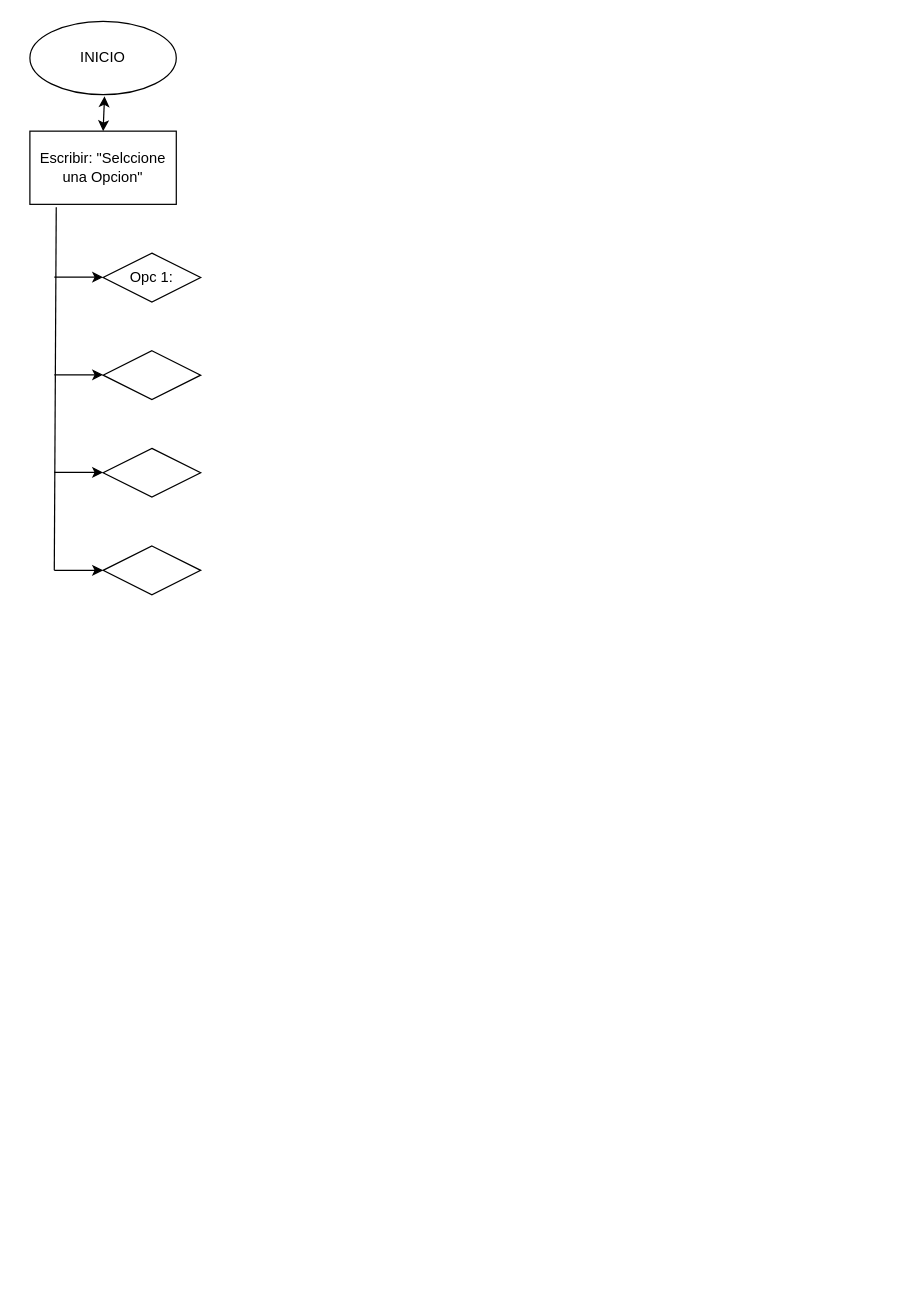
Earlier version of the draw.io diagram 1.drawio (SantiagoAndradeUDLA/S8TALLERMAIN_MAIN). Source tidied: cells renumbered, new cells numbered last; positions are measured from the earlier drawing's top-left corner, leaving out a move shared by most shapes. Both pictures are drawn from the tidied source at 122%, with x=0, y=0 at pixel (29, 21).
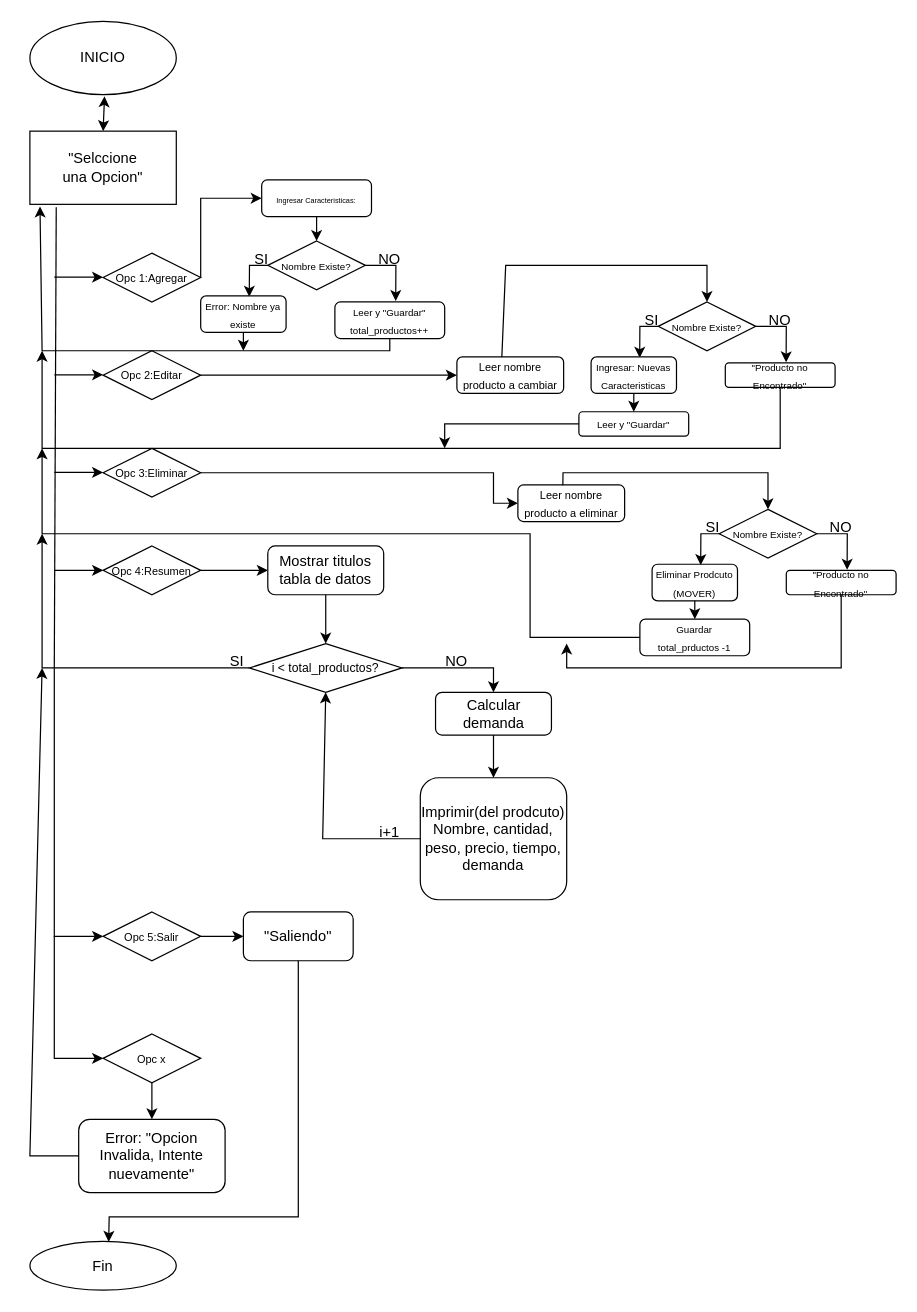
Above is the later version.

Change to the diagram source:
```diff
@@
-    <mxCell id="4" value="Escribir: &quot;Selccione&lt;div&gt;una Opcion&quot;&lt;/div&gt;" style="rounded=0;whiteSpace=wrap;html=1;" parent="1" vertex="1">
+    <mxCell id="4" value="&quot;Selccione&lt;div&gt;una Opcion&quot;&lt;/div&gt;" style="rounded=0;whiteSpace=wrap;html=1;" parent="1" vertex="1">
       <mxGeometry y="90" width="120" height="60" as="geometry" />
     </mxCell>
-    <mxCell id="5" value="Opc 1:" style="rhombus;whiteSpace=wrap;html=1;" parent="1" vertex="1">
+    <mxCell id="5" value="&lt;font style=&quot;font-size: 9px;&quot;&gt;Opc 1:Agregar&lt;/font&gt;" style="rhombus;whiteSpace=wrap;html=1;" parent="1" vertex="1">
       <mxGeometry x="60" y="190" width="80" height="40" as="geometry" />
     </mxCell>
-    <mxCell id="6" style="rhombus;whiteSpace=wrap;html=1;" parent="1" vertex="1">
+    <mxCell id="6" value="&lt;span style=&quot;font-size: 9px;&quot;&gt;Opc 2:Editar&lt;/span&gt;" style="rhombus;whiteSpace=wrap;html=1;" parent="1" vertex="1">
       <mxGeometry x="60" y="270" width="80" height="40" as="geometry" />
     </mxCell>
-    <mxCell id="7" style="rhombus;whiteSpace=wrap;html=1;" parent="1" vertex="1">
+    <mxCell id="7" value="&lt;span style=&quot;font-size: 9px;&quot;&gt;Opc 3:Eliminar&lt;/span&gt;" style="rhombus;whiteSpace=wrap;html=1;" parent="1" vertex="1">
       <mxGeometry x="60" y="350" width="80" height="40" as="geometry" />
     </mxCell>
-    <mxCell id="8" style="rhombus;whiteSpace=wrap;html=1;" parent="1" vertex="1">
+    <mxCell id="8" value="&lt;span style=&quot;font-size: 9px;&quot;&gt;Opc 4:Resumen&lt;/span&gt;" style="rhombus;whiteSpace=wrap;html=1;" parent="1" vertex="1">
       <mxGeometry x="60" y="430" width="80" height="40" as="geometry" />
     </mxCell>
     <mxCell id="9" style="endArrow=none;html=1;rounded=0;entryX=0.18;entryY=1.038;entryDx=0;entryDy=0;entryPerimeter=0;" parent="1" edge="1" target="4">
       <mxGeometry relative="1" as="geometry">
-        <mxPoint x="20" y="450" as="sourcePoint" />
+        <mxPoint x="20" y="530" as="sourcePoint" />
       </mxGeometry>
     </mxCell>
@@
+    <mxCell id="14" value="Fin" style="ellipse;fillColor=#FFFFFF;strokeColor=black;" parent="1" vertex="1">
+      <mxGeometry y="1000" width="120" height="40" as="geometry" />
+    </mxCell>
+    <mxCell id="15" value="&lt;span style=&quot;font-size: 9px;&quot;&gt;Opc 5:Salir&lt;/span&gt;" style="rhombus;whiteSpace=wrap;html=1;" parent="1" vertex="1">
+      <mxGeometry x="60" y="730" width="80" height="40" as="geometry" />
+    </mxCell>
+    <mxCell id="16" style="endArrow=classic;html=1;rounded=0;entryX=0;entryY=0.5;entryDx=0;entryDy=0;" parent="1" edge="1" target="15">
+      <mxGeometry relative="1" as="geometry">
+        <mxPoint x="20" y="529.8" as="sourcePoint" />
+        <Array as="points">
+          <mxPoint x="20" y="690" />
+          <mxPoint x="20" y="750" />
+        </Array>
+      </mxGeometry>
+    </mxCell>
+    <mxCell id="17" value="&lt;span style=&quot;font-size: 6px;&quot;&gt;Ingresar Caracteristicas:&lt;/span&gt;" style="rounded=1;whiteSpace=wrap;html=1;" parent="1" vertex="1">
+      <mxGeometry x="190" y="130" width="90" height="30" as="geometry" />
+    </mxCell>
+    <mxCell id="18" style="endArrow=classic;html=1;rounded=0;exitX=1;exitY=0.5;exitDx=0;exitDy=0;entryX=0;entryY=0.5;entryDx=0;entryDy=0;" parent="1" edge="1" source="5" target="17">
+      <mxGeometry relative="1" as="geometry">
+        <Array as="points">
+          <mxPoint x="140" y="145" />
+        </Array>
+      </mxGeometry>
+    </mxCell>
+    <mxCell id="19" value="&lt;font style=&quot;font-size: 8px;&quot;&gt;Leer y &quot;Guardar&quot;&lt;/font&gt;&lt;div&gt;&lt;font style=&quot;font-size: 8px;&quot;&gt;total_productos++&lt;/font&gt;&lt;/div&gt;" style="rounded=1;whiteSpace=wrap;html=1;" parent="1" vertex="1">
+      <mxGeometry x="250" y="230" width="90" height="30" as="geometry" />
+    </mxCell>
+    <mxCell id="20" style="endArrow=classic;html=1;rounded=0;exitX=0.5;exitY=1;exitDx=0;exitDy=0;entryX=0.5;entryY=0;entryDx=0;entryDy=0;" parent="1" edge="1" source="17" target="21">
+      <mxGeometry relative="1" as="geometry" />
+    </mxCell>
+    <mxCell id="21" value="&lt;font style=&quot;font-size: 8px;&quot;&gt;Nombre Existe?&lt;/font&gt;" style="rhombus;whiteSpace=wrap;html=1;" parent="1" vertex="1">
+      <mxGeometry x="195" y="180" width="80" height="40" as="geometry" />
+    </mxCell>
+    <mxCell id="22" style="endArrow=classic;html=1;rounded=0;exitX=1;exitY=0.5;exitDx=0;exitDy=0;entryX=0.554;entryY=-0.024;entryDx=0;entryDy=0;entryPerimeter=0;" parent="1" edge="1" source="21" target="19">
+      <mxGeometry relative="1" as="geometry">
+        <Array as="points">
+          <mxPoint x="300" y="200" />
+        </Array>
+      </mxGeometry>
+    </mxCell>
+    <mxCell id="23" value="NO" style="text;html=1;align=center;verticalAlign=middle;whiteSpace=wrap;rounded=0;" parent="1" vertex="1">
+      <mxGeometry x="265" y="180" width="60" height="30" as="geometry" />
+    </mxCell>
+    <mxCell id="24" style="endArrow=classic;html=1;rounded=0;exitX=0;exitY=0.5;exitDx=0;exitDy=0;entryX=0.569;entryY=0.024;entryDx=0;entryDy=0;entryPerimeter=0;" parent="1" edge="1" source="21" target="25">
+      <mxGeometry relative="1" as="geometry">
+        <Array as="points">
+          <mxPoint x="180" y="200" />
+        </Array>
+      </mxGeometry>
+    </mxCell>
+    <mxCell id="25" value="&lt;font style=&quot;font-size: 8px;&quot;&gt;Error: Nombre ya existe&lt;/font&gt;" style="rounded=1;whiteSpace=wrap;html=1;" parent="1" vertex="1">
+      <mxGeometry x="140" y="225" width="70" height="30" as="geometry" />
+    </mxCell>
+    <mxCell id="26" value="SI" style="text;html=1;align=center;verticalAlign=middle;whiteSpace=wrap;rounded=0;" parent="1" vertex="1">
+      <mxGeometry x="160" y="180" width="60" height="30" as="geometry" />
+    </mxCell>
+    <mxCell id="27" value="&lt;font style=&quot;font-size: 9px;&quot;&gt;Leer nombre producto a cambiar&lt;/font&gt;" style="rounded=1;whiteSpace=wrap;html=1;" parent="1" vertex="1">
+      <mxGeometry x="350" y="275" width="87.5" height="30" as="geometry" />
+    </mxCell>
+    <mxCell id="28" style="endArrow=classic;html=1;rounded=0;exitX=1;exitY=0.5;exitDx=0;exitDy=0;entryX=0;entryY=0.5;entryDx=0;entryDy=0;" parent="1" edge="1" source="6" target="27">
+      <mxGeometry relative="1" as="geometry" />
+    </mxCell>
+    <mxCell id="29" style="endArrow=classic;html=1;rounded=0;exitX=0.5;exitY=1;exitDx=0;exitDy=0;entryX=0.069;entryY=1.029;entryDx=0;entryDy=0;entryPerimeter=0;" parent="1" edge="1" source="19" target="4">
+      <mxGeometry relative="1" as="geometry">
+        <Array as="points">
+          <mxPoint x="295" y="270" />
+          <mxPoint x="10" y="270" />
+        </Array>
+      </mxGeometry>
+    </mxCell>
+    <mxCell id="30" value="&lt;span style=&quot;font-size: 8px;&quot;&gt;&quot;Producto no Encontrado&quot;&lt;/span&gt;" style="rounded=1;whiteSpace=wrap;html=1;" parent="1" vertex="1">
+      <mxGeometry x="570" y="280" width="90" height="20" as="geometry" />
+    </mxCell>
+    <mxCell id="31" value="&lt;font style=&quot;font-size: 8px;&quot;&gt;Nombre Existe?&lt;/font&gt;" style="rhombus;whiteSpace=wrap;html=1;" parent="1" vertex="1">
+      <mxGeometry x="515" y="230" width="80" height="40" as="geometry" />
+    </mxCell>
+    <mxCell id="32" style="endArrow=classic;html=1;rounded=0;exitX=1;exitY=0.5;exitDx=0;exitDy=0;entryX=0.554;entryY=-0.024;entryDx=0;entryDy=0;entryPerimeter=0;" parent="1" edge="1" source="31" target="30">
+      <mxGeometry relative="1" as="geometry">
+        <Array as="points">
+          <mxPoint x="620" y="250" />
+        </Array>
+      </mxGeometry>
+    </mxCell>
+    <mxCell id="33" value="NO" style="text;html=1;align=center;verticalAlign=middle;whiteSpace=wrap;rounded=0;" parent="1" vertex="1">
+      <mxGeometry x="585" y="230" width="60" height="30" as="geometry" />
+    </mxCell>
+    <mxCell id="34" style="endArrow=classic;html=1;rounded=0;exitX=0;exitY=0.5;exitDx=0;exitDy=0;entryX=0.569;entryY=0.024;entryDx=0;entryDy=0;entryPerimeter=0;" parent="1" edge="1" source="31" target="35">
+      <mxGeometry relative="1" as="geometry">
+        <Array as="points">
+          <mxPoint x="500" y="250" />
+        </Array>
+      </mxGeometry>
+    </mxCell>
+    <mxCell id="35" value="&lt;span style=&quot;font-size: 8px;&quot;&gt;Ingresar: Nuevas&lt;/span&gt;&lt;div&gt;&lt;span style=&quot;font-size: 8px;&quot;&gt;Caracteristicas&lt;/span&gt;&lt;/div&gt;" style="rounded=1;whiteSpace=wrap;html=1;" parent="1" vertex="1">
+      <mxGeometry x="460" y="275" width="70" height="30" as="geometry" />
+    </mxCell>
+    <mxCell id="36" value="SI" style="text;html=1;align=center;verticalAlign=middle;whiteSpace=wrap;rounded=0;" parent="1" vertex="1">
+      <mxGeometry x="480" y="230" width="60" height="30" as="geometry" />
+    </mxCell>
+    <mxCell id="37" style="endArrow=classic;html=1;rounded=0;exitX=0.421;exitY=0.007;exitDx=0;exitDy=0;exitPerimeter=0;entryX=0.5;entryY=0;entryDx=0;entryDy=0;" parent="1" edge="1" source="27" target="31">
+      <mxGeometry relative="1" as="geometry">
+        <Array as="points">
+          <mxPoint x="390" y="200" />
+          <mxPoint x="555" y="200" />
+        </Array>
+      </mxGeometry>
+    </mxCell>
+    <mxCell id="38" value="&lt;font style=&quot;font-size: 8px;&quot;&gt;Leer y &quot;Guardar&quot;&lt;/font&gt;" style="rounded=1;whiteSpace=wrap;html=1;" parent="1" vertex="1">
+      <mxGeometry x="450" y="320" width="90" height="20" as="geometry" />
+    </mxCell>
+    <mxCell id="39" style="endArrow=classic;html=1;rounded=0;exitX=0.5;exitY=1;exitDx=0;exitDy=0;" parent="1" edge="1" source="35" target="38">
+      <mxGeometry relative="1" as="geometry" />
+    </mxCell>
+    <mxCell id="40" style="endArrow=classic;html=1;rounded=0;exitX=0.5;exitY=1;exitDx=0;exitDy=0;" parent="1" edge="1" source="30">
+      <mxGeometry relative="1" as="geometry">
+        <mxPoint x="10" y="270" as="targetPoint" />
+        <Array as="points">
+          <mxPoint x="615" y="350" />
+          <mxPoint x="10" y="350" />
+        </Array>
+      </mxGeometry>
+    </mxCell>
+    <mxCell id="41" style="endArrow=classic;html=1;rounded=0;exitX=0.5;exitY=1;exitDx=0;exitDy=0;" parent="1" edge="1" source="25">
+      <mxGeometry relative="1" as="geometry">
+        <mxPoint x="175" y="270" as="targetPoint" />
+      </mxGeometry>
+    </mxCell>
+    <mxCell id="42" style="endArrow=classic;html=1;rounded=0;exitX=0;exitY=0.5;exitDx=0;exitDy=0;" parent="1" edge="1" source="38">
+      <mxGeometry relative="1" as="geometry">
+        <mxPoint x="340" y="350" as="targetPoint" />
+        <Array as="points">
+          <mxPoint x="340" y="330" />
+        </Array>
+      </mxGeometry>
+    </mxCell>
+    <mxCell id="43" value="&lt;font style=&quot;font-size: 9px;&quot;&gt;Leer nombre producto a eliminar&lt;/font&gt;" style="rounded=1;whiteSpace=wrap;html=1;" parent="1" vertex="1">
+      <mxGeometry x="400" y="380" width="87.5" height="30" as="geometry" />
+    </mxCell>
+    <mxCell id="44" value="&lt;span style=&quot;font-size: 8px;&quot;&gt;&quot;Producto no Encontrado&quot;&lt;/span&gt;" style="rounded=1;whiteSpace=wrap;html=1;" parent="1" vertex="1">
+      <mxGeometry x="620" y="450" width="90" height="20" as="geometry" />
+    </mxCell>
+    <mxCell id="45" value="&lt;font style=&quot;font-size: 8px;&quot;&gt;Nombre Existe?&lt;/font&gt;" style="rhombus;whiteSpace=wrap;html=1;" parent="1" vertex="1">
+      <mxGeometry x="565" y="400" width="80" height="40" as="geometry" />
+    </mxCell>
+    <mxCell id="46" style="endArrow=classic;html=1;rounded=0;exitX=1;exitY=0.5;exitDx=0;exitDy=0;entryX=0.554;entryY=-0.024;entryDx=0;entryDy=0;entryPerimeter=0;" parent="1" edge="1" source="45" target="44">
+      <mxGeometry relative="1" as="geometry">
+        <Array as="points">
+          <mxPoint x="670" y="420" />
+        </Array>
+      </mxGeometry>
+    </mxCell>
+    <mxCell id="47" value="NO" style="text;html=1;align=center;verticalAlign=middle;whiteSpace=wrap;rounded=0;" parent="1" vertex="1">
+      <mxGeometry x="635" y="400" width="60" height="30" as="geometry" />
+    </mxCell>
+    <mxCell id="48" style="endArrow=classic;html=1;rounded=0;exitX=0;exitY=0.5;exitDx=0;exitDy=0;entryX=0.569;entryY=0.024;entryDx=0;entryDy=0;entryPerimeter=0;" parent="1" edge="1" source="45" target="49">
+      <mxGeometry relative="1" as="geometry">
+        <Array as="points">
+          <mxPoint x="550" y="420" />
+        </Array>
+      </mxGeometry>
+    </mxCell>
+    <mxCell id="49" value="&lt;span style=&quot;font-size: 8px;&quot;&gt;Eliminar Prodcuto&lt;/span&gt;&lt;div&gt;&lt;span style=&quot;font-size: 8px;&quot;&gt;(MOVER)&lt;/span&gt;&lt;/div&gt;" style="rounded=1;whiteSpace=wrap;html=1;" parent="1" vertex="1">
+      <mxGeometry x="510" y="445" width="70" height="30" as="geometry" />
+    </mxCell>
+    <mxCell id="50" value="SI" style="text;html=1;align=center;verticalAlign=middle;whiteSpace=wrap;rounded=0;" parent="1" vertex="1">
+      <mxGeometry x="530" y="400" width="60" height="30" as="geometry" />
+    </mxCell>
+    <mxCell id="51" style="endArrow=classic;html=1;rounded=0;exitX=0.421;exitY=0.007;exitDx=0;exitDy=0;exitPerimeter=0;entryX=0.5;entryY=0;entryDx=0;entryDy=0;" parent="1" edge="1" source="43" target="45">
+      <mxGeometry relative="1" as="geometry">
+        <Array as="points">
+          <mxPoint x="437" y="370" />
+          <mxPoint x="605" y="370" />
+        </Array>
+      </mxGeometry>
+    </mxCell>
+    <mxCell id="52" value="&lt;font style=&quot;font-size: 8px;&quot;&gt;Guardar&lt;/font&gt;&lt;div&gt;&lt;font style=&quot;font-size: 8px;&quot;&gt;total_prductos -1&lt;/font&gt;&lt;/div&gt;" style="rounded=1;whiteSpace=wrap;html=1;" parent="1" vertex="1">
+      <mxGeometry x="500" y="490" width="90" height="30" as="geometry" />
+    </mxCell>
+    <mxCell id="53" style="endArrow=classic;html=1;rounded=0;exitX=0.5;exitY=1;exitDx=0;exitDy=0;" parent="1" edge="1" source="49" target="52">
+      <mxGeometry relative="1" as="geometry" />
+    </mxCell>
+    <mxCell id="54" style="endArrow=classic;html=1;rounded=0;exitX=0;exitY=0.5;exitDx=0;exitDy=0;" parent="1" edge="1" source="52">
+      <mxGeometry relative="1" as="geometry">
+        <mxPoint x="10" y="350" as="targetPoint" />
+        <Array as="points">
+          <mxPoint x="410" y="505" />
+          <mxPoint x="410" y="420" />
+          <mxPoint x="10" y="420" />
+        </Array>
+      </mxGeometry>
+    </mxCell>
+    <mxCell id="55" style="endArrow=classic;html=1;rounded=0;exitX=1;exitY=0.5;exitDx=0;exitDy=0;entryX=0;entryY=0.5;entryDx=0;entryDy=0;" parent="1" edge="1" source="7" target="43">
+      <mxGeometry relative="1" as="geometry">
+        <Array as="points">
+          <mxPoint x="380" y="370" />
+          <mxPoint x="380" y="395" />
+        </Array>
+      </mxGeometry>
+    </mxCell>
+    <mxCell id="56" style="endArrow=classic;html=1;rounded=0;exitX=0.5;exitY=1;exitDx=0;exitDy=0;" parent="1" edge="1" source="44">
+      <mxGeometry relative="1" as="geometry">
+        <mxPoint x="440" y="510" as="targetPoint" />
+        <Array as="points">
+          <mxPoint x="665" y="530" />
+          <mxPoint x="440" y="530" />
+          <mxPoint x="440" y="520" />
+        </Array>
+      </mxGeometry>
+    </mxCell>
+    <mxCell id="57" value="Mostrar titulos tabla de datos" style="rounded=1;whiteSpace=wrap;html=1;" parent="1" vertex="1">
+      <mxGeometry x="195" y="430" width="95" height="40" as="geometry" />
+    </mxCell>
+    <mxCell id="58" style="endArrow=classic;html=1;rounded=0;exitX=1;exitY=0.5;exitDx=0;exitDy=0;entryX=0;entryY=0.5;entryDx=0;entryDy=0;" parent="1" edge="1" source="8" target="57">
+      <mxGeometry relative="1" as="geometry" />
+    </mxCell>
+    <mxCell id="59" value="Imprimir(del prodcuto)&lt;div&gt;Nombre, cantidad, peso, precio, tiempo, demanda&lt;/div&gt;" style="rounded=1;whiteSpace=wrap;html=1;" parent="1" vertex="1">
+      <mxGeometry x="320" y="620" width="120" height="100" as="geometry" />
+    </mxCell>
+    <mxCell id="60" value="&lt;font style=&quot;font-size: 10px;&quot;&gt;i &amp;lt; total_productos?&lt;/font&gt;" style="rhombus;whiteSpace=wrap;html=1;" parent="1" vertex="1">
+      <mxGeometry x="180" y="510" width="125" height="40" as="geometry" />
+    </mxCell>
+    <mxCell id="61" style="endArrow=classic;html=1;rounded=0;exitX=0.5;exitY=1;exitDx=0;exitDy=0;entryX=0.5;entryY=0;entryDx=0;entryDy=0;" parent="1" edge="1" source="57" target="60">
+      <mxGeometry relative="1" as="geometry" />
+    </mxCell>
+    <mxCell id="62" value="NO" style="text;html=1;align=center;verticalAlign=middle;whiteSpace=wrap;rounded=0;" parent="1" vertex="1">
+      <mxGeometry x="320" y="510" width="60" height="30" as="geometry" />
+    </mxCell>
+    <mxCell id="63" value="Calcular demanda" style="rounded=1;whiteSpace=wrap;html=1;" parent="1" vertex="1">
+      <mxGeometry x="332.5" y="550" width="95" height="35" as="geometry" />
+    </mxCell>
+    <mxCell id="64" style="endArrow=classic;html=1;rounded=0;exitX=1;exitY=0.5;exitDx=0;exitDy=0;entryX=0.5;entryY=0;entryDx=0;entryDy=0;" parent="1" edge="1" source="60" target="63">
+      <mxGeometry relative="1" as="geometry">
+        <Array as="points">
+          <mxPoint x="355" y="530" />
+          <mxPoint x="380" y="530" />
+        </Array>
+      </mxGeometry>
+    </mxCell>
+    <mxCell id="65" style="endArrow=classic;html=1;rounded=0;exitX=0.5;exitY=1;exitDx=0;exitDy=0;entryX=0.5;entryY=0;entryDx=0;entryDy=0;" parent="1" edge="1" source="63" target="59">
+      <mxGeometry relative="1" as="geometry" />
+    </mxCell>
+    <mxCell id="66" style="endArrow=classic;html=1;rounded=0;exitX=0;exitY=0.5;exitDx=0;exitDy=0;entryX=0.5;entryY=1;entryDx=0;entryDy=0;" parent="1" edge="1" source="59" target="60">
+      <mxGeometry relative="1" as="geometry">
+        <Array as="points">
+          <mxPoint x="240" y="670" />
+        </Array>
+      </mxGeometry>
+    </mxCell>
+    <mxCell id="67" value="i+1" style="text;html=1;align=center;verticalAlign=middle;whiteSpace=wrap;rounded=0;" parent="1" vertex="1">
+      <mxGeometry x="265" y="650" width="60" height="30" as="geometry" />
+    </mxCell>
+    <mxCell id="68" style="endArrow=classic;html=1;rounded=0;exitX=0;exitY=0.5;exitDx=0;exitDy=0;" parent="1" edge="1" source="60">
+      <mxGeometry relative="1" as="geometry">
+        <mxPoint x="10" y="420" as="targetPoint" />
+        <Array as="points">
+          <mxPoint x="10" y="530" />
+        </Array>
+      </mxGeometry>
+    </mxCell>
+    <mxCell id="69" value="SI" style="text;html=1;align=center;verticalAlign=middle;whiteSpace=wrap;rounded=0;" parent="1" vertex="1">
+      <mxGeometry x="140" y="510" width="60" height="30" as="geometry" />
+    </mxCell>
+    <mxCell id="70" value="&quot;Saliendo&quot;" style="rounded=1;whiteSpace=wrap;html=1;" parent="1" vertex="1">
+      <mxGeometry x="175" y="730" width="90" height="40" as="geometry" />
+    </mxCell>
+    <mxCell id="71" style="endArrow=classic;html=1;rounded=0;exitX=1;exitY=0.5;exitDx=0;exitDy=0;entryX=0;entryY=0.5;entryDx=0;entryDy=0;" parent="1" edge="1" source="15" target="70">
+      <mxGeometry relative="1" as="geometry" />
+    </mxCell>
+    <mxCell id="72" value="&lt;span style=&quot;font-size: 9px;&quot;&gt;Opc x&lt;/span&gt;" style="rhombus;whiteSpace=wrap;html=1;" parent="1" vertex="1">
+      <mxGeometry x="60" y="830" width="80" height="40" as="geometry" />
+    </mxCell>
+    <mxCell id="73" style="endArrow=classic;html=1;rounded=0;entryX=0;entryY=0.5;entryDx=0;entryDy=0;" parent="1" edge="1" target="72">
+      <mxGeometry relative="1" as="geometry">
+        <mxPoint x="20" y="750" as="sourcePoint" />
+        <Array as="points">
+          <mxPoint x="20" y="850" />
+        </Array>
+      </mxGeometry>
+    </mxCell>
+    <mxCell id="74" style="endArrow=classic;html=1;rounded=0;exitX=0.5;exitY=1;exitDx=0;exitDy=0;entryX=0.538;entryY=0.012;entryDx=0;entryDy=0;entryPerimeter=0;" parent="1" edge="1" source="70" target="14">
+      <mxGeometry relative="1" as="geometry">
+        <Array as="points">
+          <mxPoint x="220" y="980" />
+          <mxPoint x="65" y="980" />
+        </Array>
+      </mxGeometry>
+    </mxCell>
+    <mxCell id="75" value="Error: &quot;Opcion Invalida, Intente nuevamente&quot;" style="rounded=1;whiteSpace=wrap;html=1;" parent="1" vertex="1">
+      <mxGeometry x="40" y="900" width="120" height="60" as="geometry" />
+    </mxCell>
+    <mxCell id="76" style="endArrow=classic;html=1;rounded=0;exitX=0.5;exitY=1;exitDx=0;exitDy=0;entryX=0.5;entryY=0;entryDx=0;entryDy=0;" parent="1" edge="1" source="72" target="75">
+      <mxGeometry relative="1" as="geometry" />
+    </mxCell>
+    <mxCell id="77" style="endArrow=classic;html=1;rounded=0;exitX=0;exitY=0.5;exitDx=0;exitDy=0;" parent="1" edge="1" source="75">
+      <mxGeometry relative="1" as="geometry">
+        <mxPoint x="10" y="530" as="targetPoint" />
+        <Array as="points">
+          <mxPoint y="930" />
+        </Array>
+      </mxGeometry>
+    </mxCell>
```
